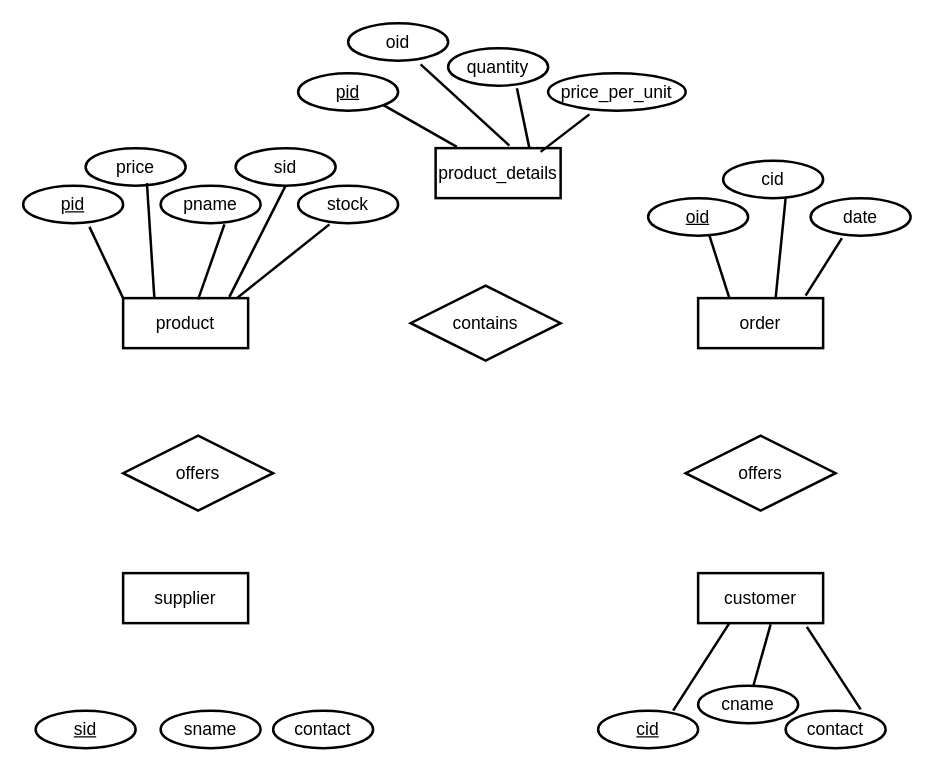
Before: erd ecommerce.drawio in mzndnes/tic, a draw.io diagram. Source tidied: cells renumbered, new cells numbered last; positions are measured from the earlier drawing's top-left corner, leaving out a move shared by most shapes. Both pictures are drawn from the tidied source at 125%, with x=0, y=0 at pixel (22, 22).
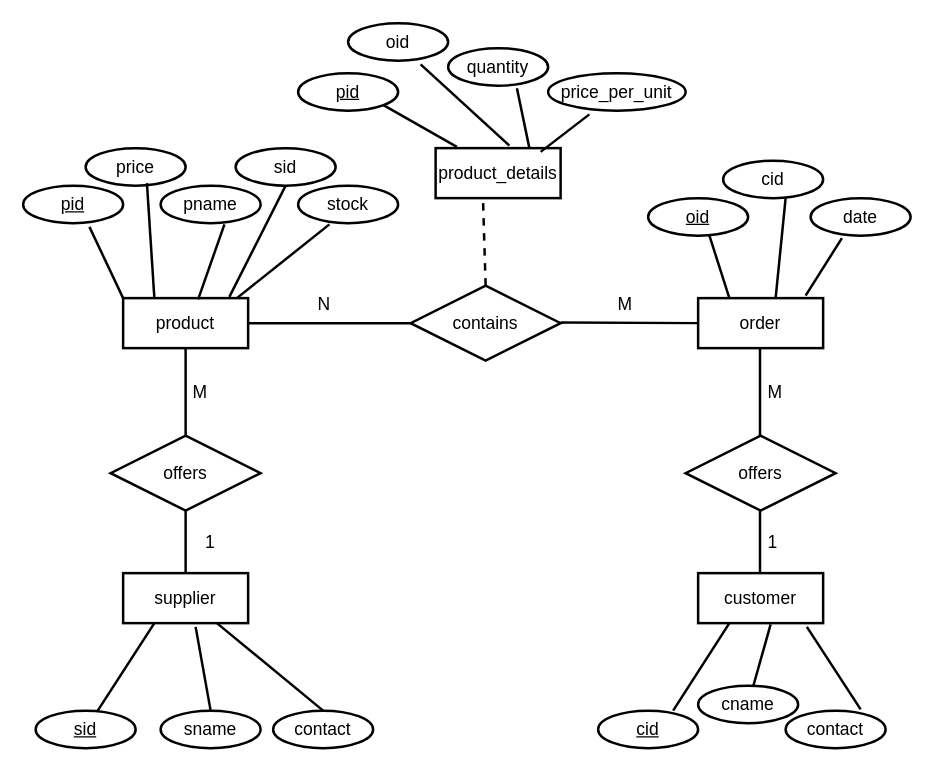
After the change.

Unchanged cells that the change refers to:
```xml
<mxCell id="2" value="product" style="whiteSpace=wrap;html=1;align=center;fontSize=14;strokeWidth=2;" parent="1" vertex="1">
  <mxGeometry x="80" y="220" width="100" height="40" as="geometry" />
</mxCell>
<mxCell id="3" value="contains" style="shape=rhombus;perimeter=rhombusPerimeter;whiteSpace=wrap;html=1;align=center;strokeWidth=2;fontSize=14;" parent="1" vertex="1">
  <mxGeometry x="310" y="210" width="120" height="60" as="geometry" />
</mxCell>
<mxCell id="4" value="supplier" style="whiteSpace=wrap;html=1;align=center;fontSize=14;strokeWidth=2;" parent="1" vertex="1">
  <mxGeometry x="80" y="440" width="100" height="40" as="geometry" />
</mxCell>
<mxCell id="6" value="order" style="whiteSpace=wrap;html=1;align=center;fontSize=14;strokeWidth=2;" parent="1" vertex="1">
  <mxGeometry x="540" y="220" width="100" height="40" as="geometry" />
</mxCell>
<mxCell id="14" value="product_details" style="whiteSpace=wrap;html=1;align=center;fontSize=14;strokeWidth=2;" parent="1" vertex="1">
  <mxGeometry x="330" y="100" width="100" height="40" as="geometry" />
</mxCell>
<mxCell id="25" value="sid" style="ellipse;whiteSpace=wrap;html=1;align=center;strokeWidth=2;fontSize=14;fontStyle=4;" parent="1" vertex="1">
  <mxGeometry x="10" y="550" width="80" height="30" as="geometry" />
</mxCell>
<mxCell id="26" value="sname" style="ellipse;whiteSpace=wrap;html=1;align=center;strokeWidth=2;fontSize=14;fontStyle=0;" parent="1" vertex="1">
  <mxGeometry x="110" y="550" width="80" height="30" as="geometry" />
</mxCell>
<mxCell id="27" value="contact" style="ellipse;whiteSpace=wrap;html=1;align=center;strokeWidth=2;fontSize=14;fontStyle=0;" parent="1" vertex="1">
  <mxGeometry x="200" y="550" width="80" height="30" as="geometry" />
</mxCell>
```

The edit, as a diff of the source:
```diff
@@
     <mxCell id="7" value="offers" style="shape=rhombus;perimeter=rhombusPerimeter;whiteSpace=wrap;html=1;align=center;strokeWidth=2;fontSize=14;" parent="1" vertex="1">
-      <mxGeometry x="80" y="330" width="120" height="60" as="geometry" />
+      <mxGeometry x="70" y="330" width="120" height="60" as="geometry" />
     </mxCell>
@@
+    <mxCell id="43" style="endArrow=none;html=1;rounded=0;entryX=0.75;entryY=1;entryDx=0;entryDy=0;strokeWidth=2;exitX=0.5;exitY=0;exitDx=0;exitDy=0;" parent="1" edge="1" source="27" target="4">
+      <mxGeometry relative="1" as="geometry" />
+    </mxCell>
+    <mxCell id="44" style="endArrow=none;html=1;rounded=0;entryX=0.58;entryY=1.075;entryDx=0;entryDy=0;strokeWidth=2;exitX=0.5;exitY=0;exitDx=0;exitDy=0;entryPerimeter=0;" parent="1" edge="1" source="26" target="4">
+      <mxGeometry relative="1" as="geometry" />
+    </mxCell>
+    <mxCell id="45" style="endArrow=none;html=1;rounded=0;entryX=0.25;entryY=1;entryDx=0;entryDy=0;strokeWidth=2;" parent="1" edge="1" source="25" target="4">
+      <mxGeometry relative="1" as="geometry" />
+    </mxCell>
+    <mxCell id="46" style="endArrow=none;html=1;rounded=0;strokeWidth=2;exitX=1;exitY=0.5;exitDx=0;exitDy=0;entryX=0;entryY=0.5;entryDx=0;entryDy=0;" parent="1" edge="1" source="2" target="3">
+      <mxGeometry relative="1" as="geometry" />
+    </mxCell>
+    <mxCell id="47" style="endArrow=none;html=1;rounded=0;strokeWidth=2;exitX=1;exitY=0.492;exitDx=0;exitDy=0;exitPerimeter=0;entryX=0;entryY=0.5;entryDx=0;entryDy=0;" parent="1" edge="1" source="3" target="6">
+      <mxGeometry relative="1" as="geometry" />
+    </mxCell>
+    <mxCell id="48" style="endArrow=none;html=1;rounded=0;strokeWidth=2;exitX=0.5;exitY=1;exitDx=0;exitDy=0;entryX=0.5;entryY=0;entryDx=0;entryDy=0;" parent="1" edge="1" source="2" target="7">
+      <mxGeometry relative="1" as="geometry" />
+    </mxCell>
+    <mxCell id="49" style="endArrow=none;html=1;rounded=0;strokeWidth=2;exitX=0.5;exitY=1;exitDx=0;exitDy=0;" parent="1" edge="1" source="7">
+      <mxGeometry relative="1" as="geometry">
+        <mxPoint x="130" y="440" as="targetPoint" />
+      </mxGeometry>
+    </mxCell>
+    <mxCell id="50" style="endArrow=none;html=1;rounded=0;strokeWidth=2;exitX=0.5;exitY=1;exitDx=0;exitDy=0;" parent="1" edge="1">
+      <mxGeometry relative="1" as="geometry">
+        <mxPoint x="589.5" y="390" as="sourcePoint" />
+        <mxPoint x="589.5" y="440" as="targetPoint" />
+      </mxGeometry>
+    </mxCell>
+    <mxCell id="51" style="endArrow=none;html=1;rounded=0;strokeWidth=2;exitX=0.5;exitY=1;exitDx=0;exitDy=0;entryX=0.5;entryY=0;entryDx=0;entryDy=0;" parent="1" edge="1">
+      <mxGeometry relative="1" as="geometry">
+        <mxPoint x="589.5" y="260" as="sourcePoint" />
+        <mxPoint x="589.5" y="330" as="targetPoint" />
+      </mxGeometry>
+    </mxCell>
+    <mxCell id="52" value="N" style="text;strokeColor=none;fillColor=none;spacingLeft=4;spacingRight=4;overflow=hidden;fontSize=14;whiteSpace=wrap;html=1;" parent="1" vertex="1">
+      <mxGeometry x="230" y="210" width="40" height="30" as="geometry" />
+    </mxCell>
+    <mxCell id="53" value="M" style="text;strokeColor=none;fillColor=none;spacingLeft=4;spacingRight=4;overflow=hidden;fontSize=14;whiteSpace=wrap;html=1;" parent="1" vertex="1">
+      <mxGeometry x="470" y="210" width="40" height="30" as="geometry" />
+    </mxCell>
+    <mxCell id="54" value="1" style="text;strokeColor=none;fillColor=none;spacingLeft=4;spacingRight=4;overflow=hidden;fontSize=14;whiteSpace=wrap;html=1;" parent="1" vertex="1">
+      <mxGeometry x="140" y="400" width="40" height="30" as="geometry" />
+    </mxCell>
+    <mxCell id="55" value="M" style="text;strokeColor=none;fillColor=none;spacingLeft=4;spacingRight=4;overflow=hidden;fontSize=14;whiteSpace=wrap;html=1;" parent="1" vertex="1">
+      <mxGeometry x="130" y="280" width="40" height="30" as="geometry" />
+    </mxCell>
+    <mxCell id="56" value="M" style="text;strokeColor=none;fillColor=none;spacingLeft=4;spacingRight=4;overflow=hidden;fontSize=14;whiteSpace=wrap;html=1;" parent="1" vertex="1">
+      <mxGeometry x="590" y="280" width="40" height="30" as="geometry" />
+    </mxCell>
+    <mxCell id="57" value="1" style="text;strokeColor=none;fillColor=none;spacingLeft=4;spacingRight=4;overflow=hidden;fontSize=14;whiteSpace=wrap;html=1;" parent="1" vertex="1">
+      <mxGeometry x="590" y="400" width="40" height="30" as="geometry" />
+    </mxCell>
+    <mxCell id="58" style="endArrow=none;html=1;rounded=0;strokeWidth=2;exitX=0.38;exitY=1.1;exitDx=0;exitDy=0;exitPerimeter=0;entryX=0.5;entryY=0;entryDx=0;entryDy=0;dashed=1;" parent="1" edge="1" source="14" target="3">
+      <mxGeometry relative="1" as="geometry" />
+    </mxCell>
```
